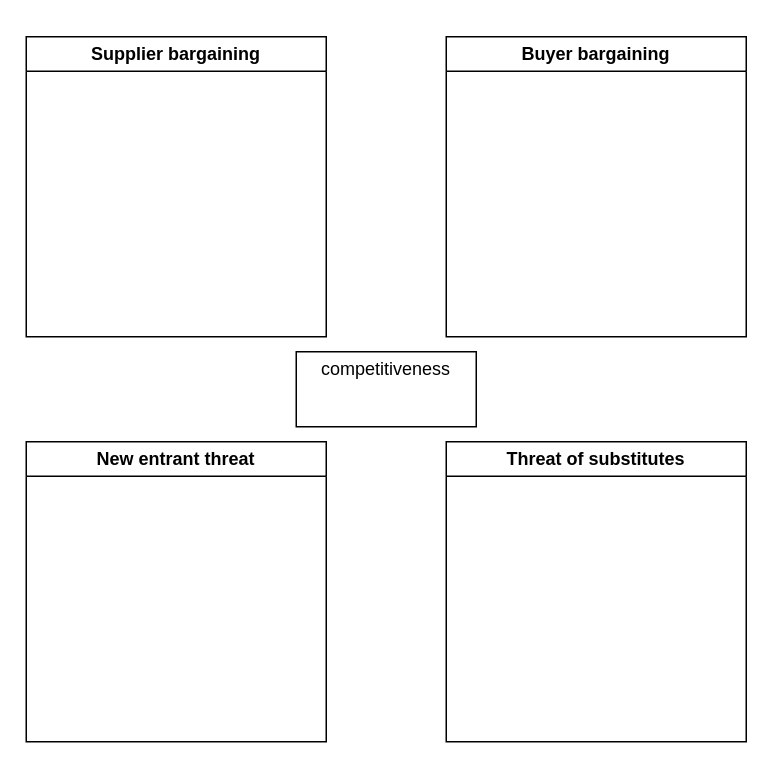
The draw.io diagram Untitled Diagram.drawio in akhialomgir/drawio, before the edit. Source tidied: cells renumbered, new cells numbered last; positions are measured from the earlier drawing's top-left corner, leaving out a move shared by most shapes. Both pictures are drawn from the tidied source at 150%, with x=0, y=0 at pixel (26, 36).
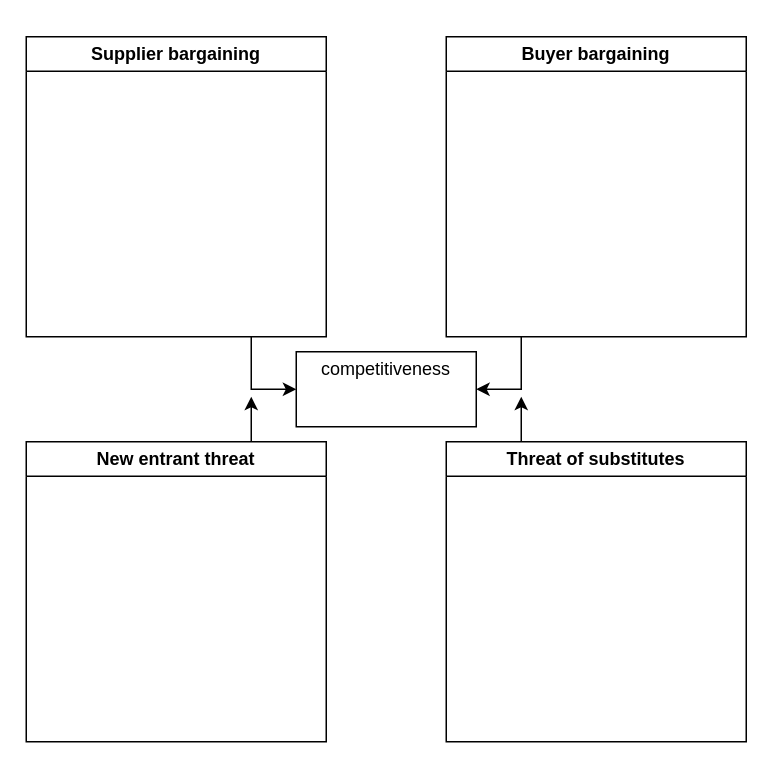
The same page after the edit.

Change to the diagram source:
```diff
@@
 <mxGraphModel>
   <root>
     <mxCell id="0" />
     <mxCell id="1" parent="0" />
     <mxCell id="2" value="&lt;p&gt;competitiveness&lt;/p&gt;&lt;p&gt;&lt;br&gt;&lt;/p&gt;" style="rounded=0;whiteSpace=wrap;html=1;" parent="1" vertex="1">
       <mxGeometry x="180" y="210" width="120" height="50" as="geometry" />
     </mxCell>
+    <mxCell id="7" style="edgeStyle=orthogonalEdgeStyle;rounded=0;jettySize=auto;html=1;exitX=0.75;exitY=1;exitDx=0;exitDy=0;entryX=0;entryY=0.5;entryDx=0;entryDy=0;" parent="1" edge="1" source="3" target="2">
+      <mxGeometry relative="1" as="geometry" />
+    </mxCell>
     <mxCell id="3" value="&lt;p&gt;Supplier bargaining&lt;/p&gt;" style="swimlane;whiteSpace=wrap;html=1;" parent="1" vertex="1">
       <mxGeometry width="200" height="200" as="geometry" />
     </mxCell>
+    <mxCell id="8" style="edgeStyle=orthogonalEdgeStyle;rounded=0;jettySize=auto;html=1;exitX=0.75;exitY=0;exitDx=0;exitDy=0;" parent="1" edge="1" source="4">
+      <mxGeometry relative="1" as="geometry">
+        <mxPoint x="150" y="240" as="targetPoint" />
+      </mxGeometry>
+    </mxCell>
     <mxCell id="4" value="&lt;p&gt;New entrant threat&lt;/p&gt;" style="swimlane;whiteSpace=wrap;html=1;" parent="1" vertex="1">
       <mxGeometry y="270" width="200" height="200" as="geometry" />
     </mxCell>
+    <mxCell id="9" style="edgeStyle=orthogonalEdgeStyle;rounded=0;jettySize=auto;html=1;exitX=0.25;exitY=0;exitDx=0;exitDy=0;" parent="1" edge="1" source="5">
+      <mxGeometry relative="1" as="geometry">
+        <mxPoint x="330" y="240" as="targetPoint" />
+      </mxGeometry>
+    </mxCell>
     <mxCell id="5" value="&lt;p&gt;Threat of substitutes&lt;/p&gt;" style="swimlane;whiteSpace=wrap;html=1;" parent="1" vertex="1">
       <mxGeometry x="280" y="270" width="200" height="200" as="geometry" />
     </mxCell>
+    <mxCell id="10" style="edgeStyle=orthogonalEdgeStyle;rounded=0;jettySize=auto;html=1;exitX=0.25;exitY=1;exitDx=0;exitDy=0;entryX=1;entryY=0.5;entryDx=0;entryDy=0;" parent="1" edge="1" source="6" target="2">
+      <mxGeometry relative="1" as="geometry" />
+    </mxCell>
     <mxCell id="6" value="&lt;p&gt;Buyer bargaining&lt;/p&gt;" style="swimlane;whiteSpace=wrap;html=1;" parent="1" vertex="1">
       <mxGeometry x="280" width="200" height="200" as="geometry" />
     </mxCell>
   </root>
 </mxGraphModel>
```
